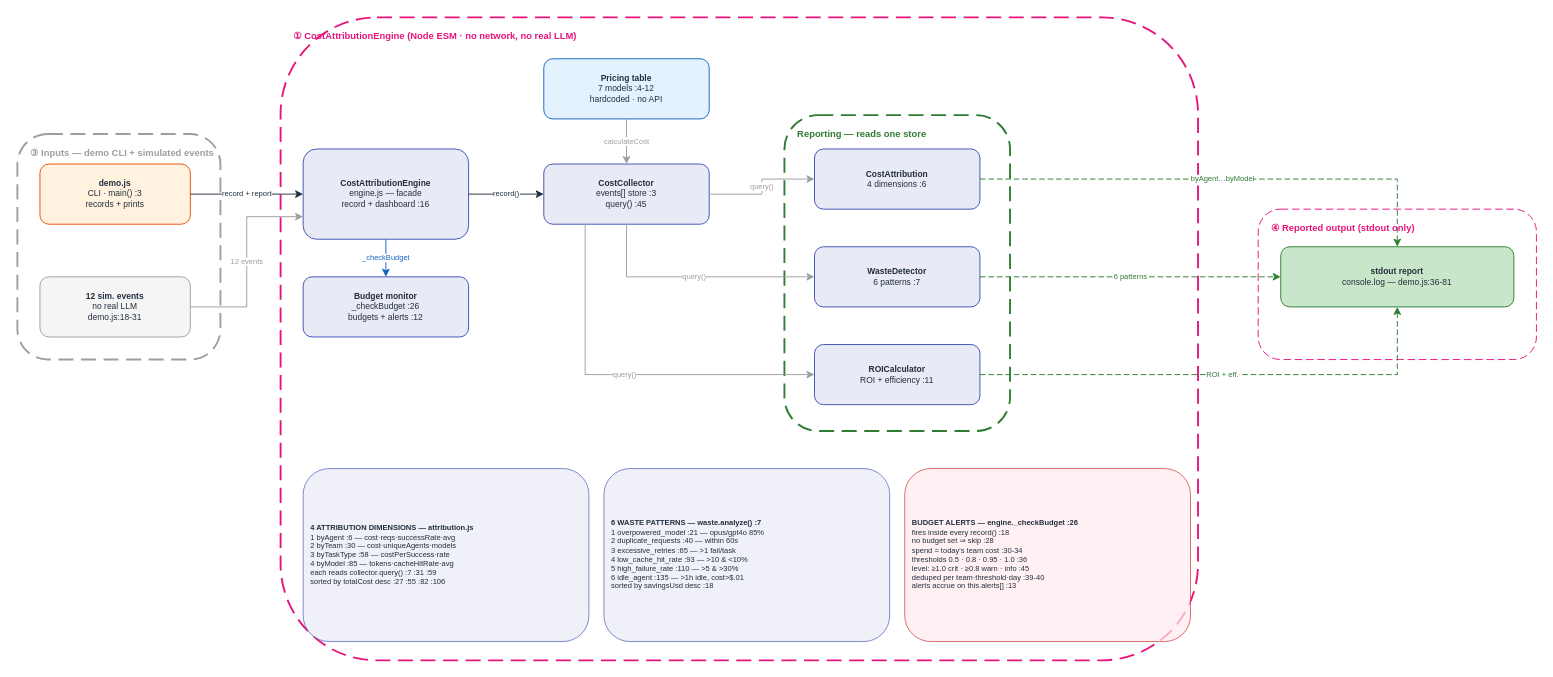
The draw.io diagram docs/diagrams/cost_attribution_v1/HOA_CostAttribution_v1.drawio in gmaheshraju/Hands-on-AgenticAI, before the edit. Source tidied: cells renumbered, new cells numbered last; positions are measured from the earlier drawing's top-left corner, leaving out a move shared by most shapes. Both pictures are drawn from the tidied source at 94%, with x=0, y=0 at pixel (17, 17).
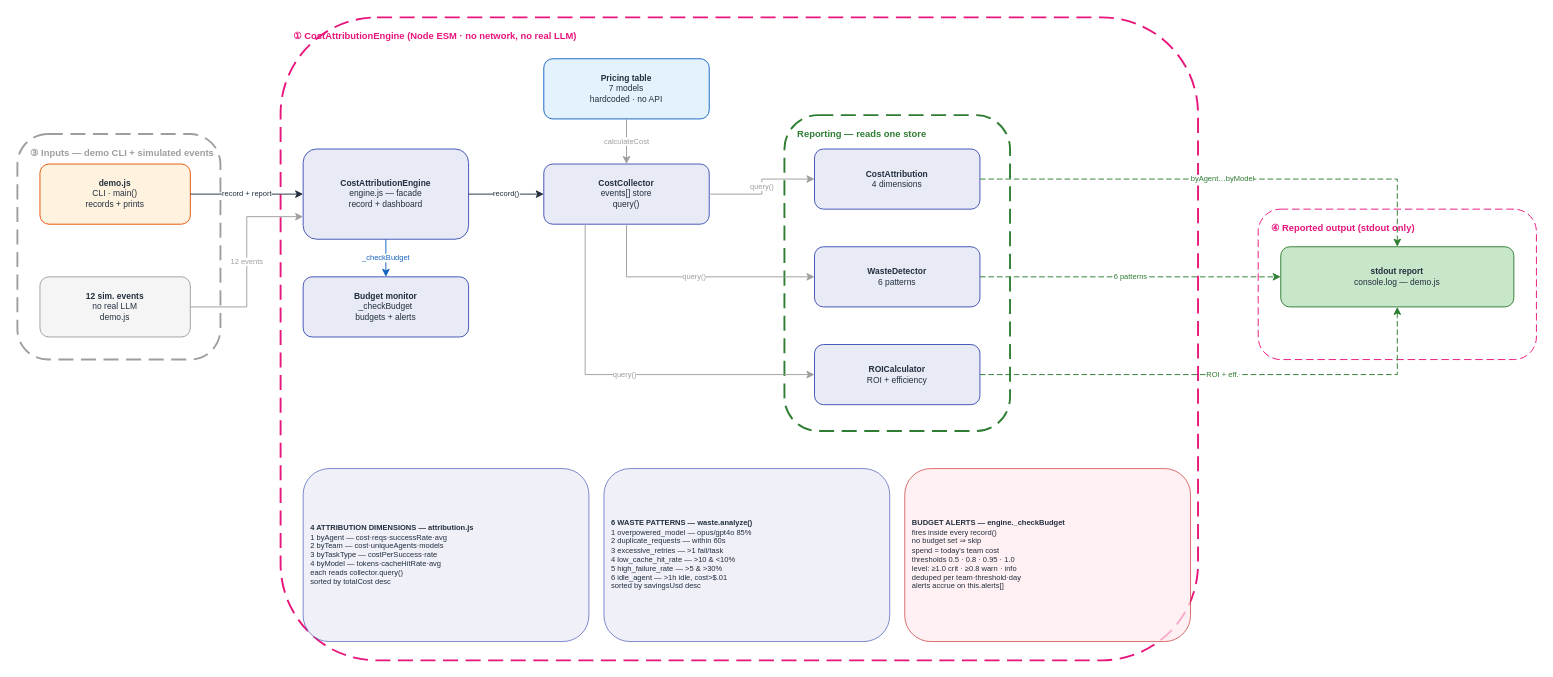
Above is the later version.

Diff of the diagram source:
```diff
@@
-    <mxCell id="10" value="&lt;b&gt;demo.js&lt;/b&gt;&lt;br&gt;CLI · main() :3&lt;br&gt;records + prints" style="rounded=1;fillColor=#FFF3E0;strokeColor=#E65100;fontSize=9;fontColor=#232F3E;html=1;whiteSpace=wrap;align=center;" parent="1" vertex="1">
+    <mxCell id="10" value="&lt;b&gt;demo.js&lt;/b&gt;&lt;br&gt;CLI · main()&lt;br&gt;records + prints" style="rounded=1;fillColor=#FFF3E0;strokeColor=#E65100;fontSize=9;fontColor=#232F3E;html=1;whiteSpace=wrap;align=center;" parent="1" vertex="1">
       <mxGeometry x="24" y="156" width="160" height="64" as="geometry" />
     </mxCell>
-    <mxCell id="11" value="&lt;b&gt;12 sim. events&lt;/b&gt;&lt;br&gt;no real LLM&lt;br&gt;demo.js:18-31" style="rounded=1;fillColor=#F5F5F5;strokeColor=#9E9E9E;fontSize=9;fontColor=#232F3E;html=1;whiteSpace=wrap;align=center;" parent="1" vertex="1">
+    <mxCell id="11" value="&lt;b&gt;12 sim. events&lt;/b&gt;&lt;br&gt;no real LLM&lt;br&gt;demo.js" style="rounded=1;fillColor=#F5F5F5;strokeColor=#9E9E9E;fontSize=9;fontColor=#232F3E;html=1;whiteSpace=wrap;align=center;" parent="1" vertex="1">
       <mxGeometry x="24" y="276" width="160" height="64" as="geometry" />
     </mxCell>
-    <mxCell id="12" value="&lt;b&gt;CostAttributionEngine&lt;/b&gt;&lt;br&gt;engine.js — facade&lt;br&gt;record + dashboard :16" style="rounded=1;fillColor=#E8EAF6;strokeColor=#3F51B5;fontSize=9;fontColor=#232F3E;html=1;whiteSpace=wrap;align=center;" parent="1" vertex="1">
+    <mxCell id="12" value="&lt;b&gt;CostAttributionEngine&lt;/b&gt;&lt;br&gt;engine.js — facade&lt;br&gt;record + dashboard" style="rounded=1;fillColor=#E8EAF6;strokeColor=#3F51B5;fontSize=9;fontColor=#232F3E;html=1;whiteSpace=wrap;align=center;" parent="1" vertex="1">
       <mxGeometry x="304" y="140" width="176" height="96" as="geometry" />
     </mxCell>
-    <mxCell id="13" value="&lt;b&gt;Budget monitor&lt;/b&gt;&lt;br&gt;_checkBudget :26&lt;br&gt;budgets + alerts :12" style="rounded=1;fillColor=#E8EAF6;strokeColor=#3F51B5;fontSize=9;fontColor=#232F3E;html=1;whiteSpace=wrap;align=center;" parent="1" vertex="1">
+    <mxCell id="13" value="&lt;b&gt;Budget monitor&lt;/b&gt;&lt;br&gt;_checkBudget&lt;br&gt;budgets + alerts" style="rounded=1;fillColor=#E8EAF6;strokeColor=#3F51B5;fontSize=9;fontColor=#232F3E;html=1;whiteSpace=wrap;align=center;" parent="1" vertex="1">
       <mxGeometry x="304" y="276" width="176" height="64" as="geometry" />
     </mxCell>
-    <mxCell id="14" value="&lt;b&gt;Pricing table&lt;/b&gt;&lt;br&gt;7 models :4-12&lt;br&gt;hardcoded · no API" style="rounded=1;fillColor=#E3F2FD;strokeColor=#1565C0;fontSize=9;fontColor=#232F3E;html=1;whiteSpace=wrap;align=center;" parent="1" vertex="1">
+    <mxCell id="14" value="&lt;b&gt;Pricing table&lt;/b&gt;&lt;br&gt;7 models&lt;br&gt;hardcoded · no API" style="rounded=1;fillColor=#E3F2FD;strokeColor=#1565C0;fontSize=9;fontColor=#232F3E;html=1;whiteSpace=wrap;align=center;" parent="1" vertex="1">
       <mxGeometry x="560" y="44" width="176" height="64" as="geometry" />
     </mxCell>
-    <mxCell id="15" value="&lt;b&gt;CostCollector&lt;/b&gt;&lt;br&gt;events[] store :3&lt;br&gt;query() :45" style="rounded=1;fillColor=#E8EAF6;strokeColor=#3F51B5;fontSize=9;fontColor=#232F3E;html=1;whiteSpace=wrap;align=center;" parent="1" vertex="1">
+    <mxCell id="15" value="&lt;b&gt;CostCollector&lt;/b&gt;&lt;br&gt;events[] store&lt;br&gt;query()" style="rounded=1;fillColor=#E8EAF6;strokeColor=#3F51B5;fontSize=9;fontColor=#232F3E;html=1;whiteSpace=wrap;align=center;" parent="1" vertex="1">
       <mxGeometry x="560" y="156" width="176" height="64" as="geometry" />
     </mxCell>
-    <mxCell id="16" value="&lt;b&gt;CostAttribution&lt;/b&gt;&lt;br&gt;4 dimensions :6" style="rounded=1;fillColor=#E8EAF6;strokeColor=#3F51B5;fontSize=9;fontColor=#232F3E;html=1;whiteSpace=wrap;align=center;" parent="1" vertex="1">
+    <mxCell id="16" value="&lt;b&gt;CostAttribution&lt;/b&gt;&lt;br&gt;4 dimensions" style="rounded=1;fillColor=#E8EAF6;strokeColor=#3F51B5;fontSize=9;fontColor=#232F3E;html=1;whiteSpace=wrap;align=center;" parent="1" vertex="1">
       <mxGeometry x="848" y="140" width="176" height="64" as="geometry" />
     </mxCell>
-    <mxCell id="17" value="&lt;b&gt;WasteDetector&lt;/b&gt;&lt;br&gt;6 patterns :7" style="rounded=1;fillColor=#E8EAF6;strokeColor=#3F51B5;fontSize=9;fontColor=#232F3E;html=1;whiteSpace=wrap;align=center;" parent="1" vertex="1">
+    <mxCell id="17" value="&lt;b&gt;WasteDetector&lt;/b&gt;&lt;br&gt;6 patterns" style="rounded=1;fillColor=#E8EAF6;strokeColor=#3F51B5;fontSize=9;fontColor=#232F3E;html=1;whiteSpace=wrap;align=center;" parent="1" vertex="1">
       <mxGeometry x="848" y="244" width="176" height="64" as="geometry" />
     </mxCell>
-    <mxCell id="18" value="&lt;b&gt;ROICalculator&lt;/b&gt;&lt;br&gt;ROI + efficiency :11" style="rounded=1;fillColor=#E8EAF6;strokeColor=#3F51B5;fontSize=9;fontColor=#232F3E;html=1;whiteSpace=wrap;align=center;" parent="1" vertex="1">
+    <mxCell id="18" value="&lt;b&gt;ROICalculator&lt;/b&gt;&lt;br&gt;ROI + efficiency" style="rounded=1;fillColor=#E8EAF6;strokeColor=#3F51B5;fontSize=9;fontColor=#232F3E;html=1;whiteSpace=wrap;align=center;" parent="1" vertex="1">
       <mxGeometry x="848" y="348" width="176" height="64" as="geometry" />
     </mxCell>
-    <mxCell id="19" value="&lt;b&gt;stdout report&lt;/b&gt;&lt;br&gt;console.log — demo.js:36-81" style="rounded=1;fillColor=#C8E6C9;strokeColor=#2E7D32;fontSize=9;fontColor=#232F3E;html=1;whiteSpace=wrap;align=center;" parent="1" vertex="1">
+    <mxCell id="19" value="&lt;b&gt;stdout report&lt;/b&gt;&lt;br&gt;console.log — demo.js" style="rounded=1;fillColor=#C8E6C9;strokeColor=#2E7D32;fontSize=9;fontColor=#232F3E;html=1;whiteSpace=wrap;align=center;" parent="1" vertex="1">
       <mxGeometry x="1344" y="244" width="248" height="64" as="geometry" />
     </mxCell>
-    <mxCell id="20" value="&lt;b&gt;4 ATTRIBUTION DIMENSIONS — attribution.js&lt;/b&gt;&lt;br&gt;1 byAgent :6 — cost·reqs·successRate·avg&lt;br&gt;2 byTeam :30 — cost·uniqueAgents·models&lt;br&gt;3 byTaskType :58 — costPerSuccess·rate&lt;br&gt;4 byModel :85 — tokens·cacheHitRate·avg&lt;br&gt;each reads collector.query() :7 :31 :59&lt;br&gt;sorted by totalCost desc :27 :55 :82 :106" style="rounded=1;fillColor=#E8EAF6;strokeColor=#3F51B5;fontSize=8;fontColor=#232F3E;html=1;whiteSpace=wrap;align=left;spacingLeft=6;opacity=70;" parent="1" vertex="1">
+    <mxCell id="20" value="&lt;b&gt;4 ATTRIBUTION DIMENSIONS — attribution.js&lt;/b&gt;&lt;br&gt;1 byAgent — cost·reqs·successRate·avg&lt;br&gt;2 byTeam — cost·uniqueAgents·models&lt;br&gt;3 byTaskType — costPerSuccess·rate&lt;br&gt;4 byModel — tokens·cacheHitRate·avg&lt;br&gt;each reads collector.query()&lt;br&gt;sorted by totalCost desc" style="rounded=1;fillColor=#E8EAF6;strokeColor=#3F51B5;fontSize=8;fontColor=#232F3E;html=1;whiteSpace=wrap;align=left;spacingLeft=6;opacity=70;" parent="1" vertex="1">
       <mxGeometry x="304" y="480" width="304" height="184" as="geometry" />
     </mxCell>
-    <mxCell id="21" value="&lt;b&gt;6 WASTE PATTERNS — waste.analyze() :7&lt;/b&gt;&lt;br&gt;1 overpowered_model :21 — opus/gpt4o 85%&lt;br&gt;2 duplicate_requests :40 — within 60s&lt;br&gt;3 excessive_retries :65 — &amp;gt;1 fail/task&lt;br&gt;4 low_cache_hit_rate :93 — &amp;gt;10 &amp;amp; &amp;lt;10%&lt;br&gt;5 high_failure_rate :110 — &amp;gt;5 &amp;amp; &amp;gt;30%&lt;br&gt;6 idle_agent :135 — &amp;gt;1h idle, cost&amp;gt;$.01&lt;br&gt;sorted by savingsUsd desc :18" style="rounded=1;fillColor=#E8EAF6;strokeColor=#3F51B5;fontSize=8;fontColor=#232F3E;html=1;whiteSpace=wrap;align=left;spacingLeft=6;opacity=70;" parent="1" vertex="1">
+    <mxCell id="21" value="&lt;b&gt;6 WASTE PATTERNS — waste.analyze()&lt;/b&gt;&lt;br&gt;1 overpowered_model — opus/gpt4o 85%&lt;br&gt;2 duplicate_requests — within 60s&lt;br&gt;3 excessive_retries — &amp;gt;1 fail/task&lt;br&gt;4 low_cache_hit_rate — &amp;gt;10 &amp;amp; &amp;lt;10%&lt;br&gt;5 high_failure_rate — &amp;gt;5 &amp;amp; &amp;gt;30%&lt;br&gt;6 idle_agent — &amp;gt;1h idle, cost&amp;gt;$.01&lt;br&gt;sorted by savingsUsd desc" style="rounded=1;fillColor=#E8EAF6;strokeColor=#3F51B5;fontSize=8;fontColor=#232F3E;html=1;whiteSpace=wrap;align=left;spacingLeft=6;opacity=70;" parent="1" vertex="1">
       <mxGeometry x="624" y="480" width="304" height="184" as="geometry" />
     </mxCell>
-    <mxCell id="22" value="&lt;b&gt;BUDGET ALERTS — engine._checkBudget :26&lt;/b&gt;&lt;br&gt;fires inside every record() :18&lt;br&gt;no budget set ⇒ skip :28&lt;br&gt;spend = today's team cost :30-34&lt;br&gt;thresholds 0.5 · 0.8 · 0.95 · 1.0 :36&lt;br&gt;level: ≥1.0 crit · ≥0.8 warn · info :45&lt;br&gt;deduped per team·threshold·day :39-40&lt;br&gt;alerts accrue on this.alerts[] :13" style="rounded=1;fillColor=#FFEBEE;strokeColor=#C62828;fontSize=8;fontColor=#232F3E;html=1;whiteSpace=wrap;align=left;spacingLeft=6;opacity=70;" parent="1" vertex="1">
+    <mxCell id="22" value="&lt;b&gt;BUDGET ALERTS — engine._checkBudget&lt;/b&gt;&lt;br&gt;fires inside every record()&lt;br&gt;no budget set ⇒ skip&lt;br&gt;spend = today's team cost&lt;br&gt;thresholds 0.5 · 0.8 · 0.95 · 1.0&lt;br&gt;level: ≥1.0 crit · ≥0.8 warn · info&lt;br&gt;deduped per team·threshold·day&lt;br&gt;alerts accrue on this.alerts[]" style="rounded=1;fillColor=#FFEBEE;strokeColor=#C62828;fontSize=8;fontColor=#232F3E;html=1;whiteSpace=wrap;align=left;spacingLeft=6;opacity=70;" parent="1" vertex="1">
       <mxGeometry x="944" y="480" width="304" height="184" as="geometry" />
     </mxCell>
```
